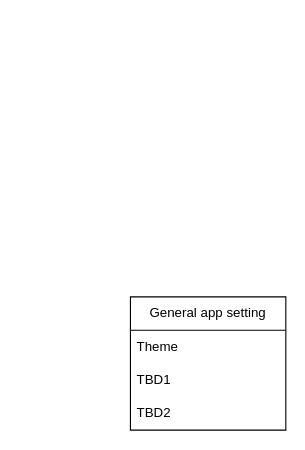
Before: AD.drawio in nbqduong/Todo4Learn, a draw.io diagram. Source tidied: cells renumbered, new cells numbered last; positions are measured from the earlier drawing's top-left corner, leaving out a move shared by most shapes. Both pictures are drawn from the tidied source at 111%, with x=0, y=0 at pixel (130, 296).
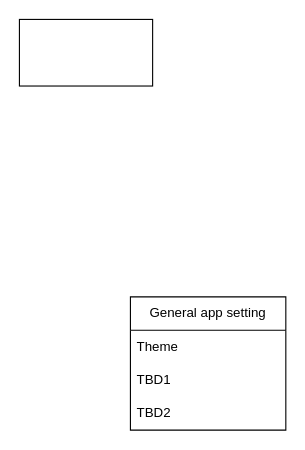
After the change.

What changed in the source:
```diff
@@
 <mxGraphModel>
   <root>
     <mxCell id="0" />
     <mxCell id="1" parent="0" />
     <mxCell id="2" value="General app setting" style="swimlane;fontStyle=0;horizontal=1;startSize=30;whiteSpace=wrap;html=1;" parent="1" vertex="1">
       <mxGeometry width="140" height="120" as="geometry" />
     </mxCell>
     <mxCell id="3" value="Theme" style="text;strokeColor=none;fillColor=none;align=left;verticalAlign=middle;spacingLeft=4;spacingRight=4;overflow=hidden;whiteSpace=wrap;html=1;" parent="2" vertex="1">
       <mxGeometry y="30" width="140" height="30" as="geometry" />
     </mxCell>
     <mxCell id="4" value="TBD1" style="text;strokeColor=none;fillColor=none;align=left;verticalAlign=middle;spacingLeft=4;spacingRight=4;overflow=hidden;whiteSpace=wrap;html=1;" parent="2" vertex="1">
       <mxGeometry y="60" width="140" height="30" as="geometry" />
     </mxCell>
     <mxCell id="5" value="TBD2" style="text;strokeColor=none;fillColor=none;align=left;verticalAlign=middle;spacingLeft=4;spacingRight=4;overflow=hidden;whiteSpace=wrap;html=1;" parent="2" vertex="1">
       <mxGeometry y="90" width="140" height="30" as="geometry" />
     </mxCell>
+    <mxCell id="6" style="rounded=0;whiteSpace=wrap;html=1;" parent="1" vertex="1">
+      <mxGeometry x="-100" y="-250" width="120" height="60" as="geometry" />
+    </mxCell>
   </root>
 </mxGraphModel>
```
